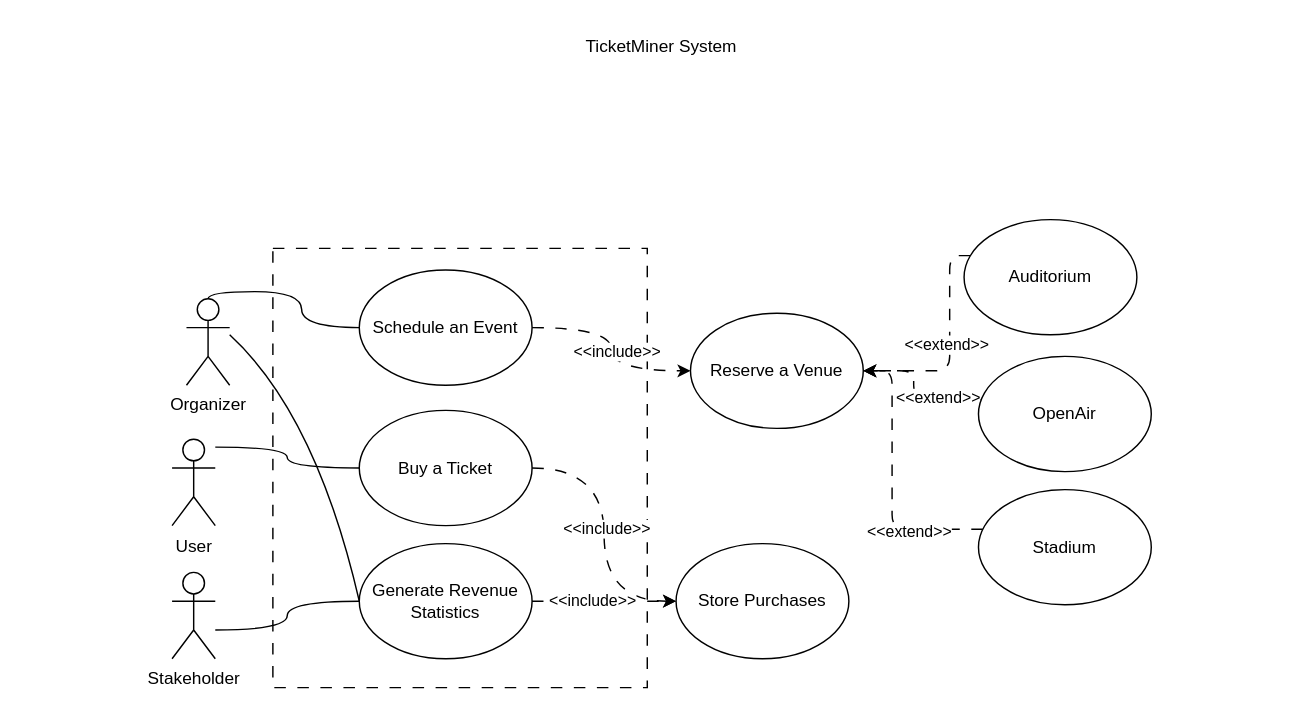
Before: TicketMiner Use Case Diagram.drawio in LeonardoHernandez-uni/Project1_SP26, a draw.io diagram. Source tidied: cells renumbered, new cells numbered last; positions are measured from the earlier drawing's top-left corner, leaving out a move shared by most shapes. Both pictures are drawn from the tidied source at 144%, with x=0, y=0 at pixel (171, 24).
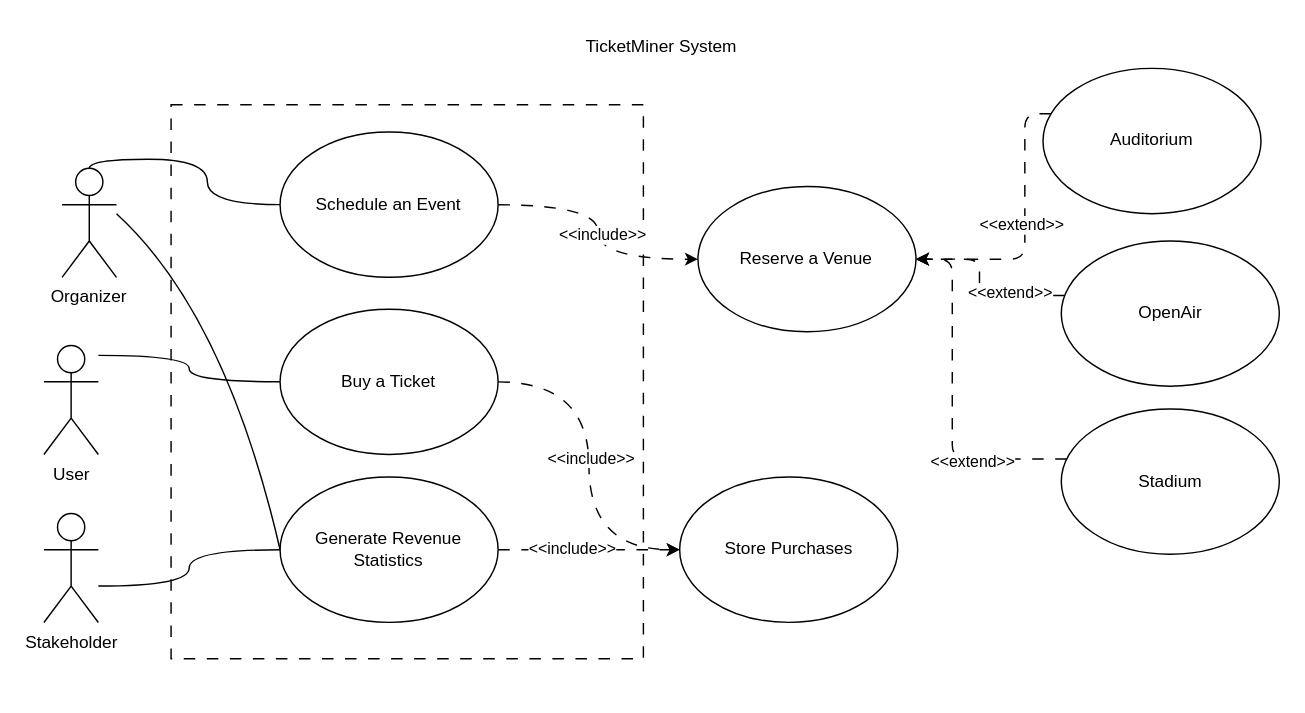
The same page after the edit.

Commit message:
Changed paper size, adjusted diagram to fit

What changed in the source:
```diff
@@
+    <mxCell id="19" value="TicketMiner System" style="text;html=1;whiteSpace=wrap;strokeColor=none;fillColor=none;align=center;verticalAlign=middle;rounded=0;" parent="1" vertex="1">
+      <mxGeometry x="280" width="120" height="30" as="geometry" />
+    </mxCell>
+    <mxCell id="32" style="group;" parent="1" vertex="1">
+      <mxGeometry x="-89" y="30" width="857.9" height="410" as="geometry" />
+    </mxCell>
-    <mxCell id="2" style="edgeStyle=orthogonalEdgeStyle;rounded=0;jettySize=auto;html=1;entryX=0;entryY=0.5;entryDx=0;entryDy=0;endArrow=none;endFill=0;curved=1;" parent="1" edge="1" source="3" target="15">
+    <mxCell id="2" style="edgeStyle=orthogonalEdgeStyle;rounded=0;jettySize=auto;html=1;entryX=0;entryY=0.5;entryDx=0;entryDy=0;endArrow=none;endFill=0;curved=1;" parent="32" edge="1" source="3" target="15">
       <mxGeometry relative="1" as="geometry">
         <Array as="points">
-          <mxPoint x="80" y="293" />
-          <mxPoint x="80" y="307" />
+          <mxPoint x="100.9" y="199.3" />
+          <mxPoint x="100.9" y="217" />
         </Array>
       </mxGeometry>
     </mxCell>
-    <mxCell id="3" value="User" style="shape=umlActor;verticalLabelPosition=bottom;verticalAlign=top;html=1;" parent="1" vertex="1">
-      <mxGeometry y="287.5" width="30" height="60" as="geometry" />
+    <mxCell id="3" value="User" style="shape=umlActor;verticalLabelPosition=bottom;verticalAlign=top;html=1;" parent="32" vertex="1">
+      <mxGeometry y="192.4" width="37.8" height="75.7" as="geometry" />
     </mxCell>
-    <mxCell id="4" style="edgeStyle=orthogonalEdgeStyle;rounded=0;jettySize=auto;html=1;endArrow=none;endFill=0;curved=1;" parent="1" edge="1" source="6" target="12">
+    <mxCell id="4" style="edgeStyle=orthogonalEdgeStyle;rounded=0;jettySize=auto;html=1;endArrow=none;endFill=0;curved=1;" parent="32" edge="1" source="6" target="12">
       <mxGeometry relative="1" as="geometry">
         <Array as="points">
-          <mxPoint x="90" y="185" />
-          <mxPoint x="90" y="210" />
+          <mxPoint x="113.5" y="63.1" />
+          <mxPoint x="113.5" y="94.6" />
         </Array>
       </mxGeometry>
     </mxCell>
-    <mxCell id="5" style="edgeStyle=none;curved=1;rounded=0;jettySize=auto;html=1;entryX=0;entryY=0.5;entryDx=0;entryDy=0;fontSize=12;startSize=8;endSize=8;endArrow=none;endFill=0;exitX=1;exitY=0.417;exitDx=0;exitDy=0;exitPerimeter=0;" parent="1" edge="1" source="6" target="18">
+    <mxCell id="5" style="edgeStyle=none;curved=1;rounded=0;jettySize=auto;html=1;entryX=0;entryY=0.5;entryDx=0;entryDy=0;fontSize=12;startSize=8;endSize=8;endArrow=none;endFill=0;exitX=1;exitY=0.417;exitDx=0;exitDy=0;exitPerimeter=0;" parent="32" edge="1" source="6" target="18">
       <mxGeometry relative="1" as="geometry">
         <Array as="points">
-          <mxPoint x="100" y="270" />
+          <mxPoint x="126.2" y="170.3" />
         </Array>
       </mxGeometry>
     </mxCell>
-    <mxCell id="6" value="Organizer" style="shape=umlActor;verticalLabelPosition=bottom;verticalAlign=top;html=1;" parent="1" vertex="1">
-      <mxGeometry x="10" y="190" width="30" height="60" as="geometry" />
+    <mxCell id="6" value="Organizer" style="shape=umlActor;verticalLabelPosition=bottom;verticalAlign=top;html=1;" parent="32" vertex="1">
+      <mxGeometry x="12.6" y="69.4" width="37.8" height="75.7" as="geometry" />
     </mxCell>
-    <mxCell id="7" style="rounded=0;whiteSpace=wrap;html=1;fillColor=none;dashed=1;dashPattern=8 8;" parent="1" vertex="1">
-      <mxGeometry x="70" y="155" width="260" height="305" as="geometry" />
+    <mxCell id="7" style="rounded=0;whiteSpace=wrap;html=1;fillColor=none;dashed=1;dashPattern=8 8;" parent="32" vertex="1">
+      <mxGeometry x="88.3" y="25.2" width="328" height="384.8" as="geometry" />
     </mxCell>
-    <mxCell id="8" style="edgeStyle=orthogonalEdgeStyle;rounded=0;jettySize=auto;html=1;endArrow=none;endFill=0;curved=1;" parent="1" edge="1" source="9" target="18">
+    <mxCell id="8" style="edgeStyle=orthogonalEdgeStyle;rounded=0;jettySize=auto;html=1;endArrow=none;endFill=0;curved=1;" parent="32" edge="1" source="9" target="18">
       <mxGeometry relative="1" as="geometry">
         <Array as="points">
-          <mxPoint x="80" y="420" />
-          <mxPoint x="80" y="400" />
+          <mxPoint x="100.9" y="359.5" />
+          <mxPoint x="100.9" y="334.3" />
         </Array>
       </mxGeometry>
     </mxCell>
-    <mxCell id="9" value="Stakeholder" style="shape=umlActor;verticalLabelPosition=bottom;verticalAlign=top;html=1;outlineConnect=0;" parent="1" vertex="1">
-      <mxGeometry y="380" width="30" height="60" as="geometry" />
+    <mxCell id="9" value="Stakeholder" style="shape=umlActor;verticalLabelPosition=bottom;verticalAlign=top;html=1;outlineConnect=0;" parent="32" vertex="1">
+      <mxGeometry y="309.1" width="37.8" height="75.7" as="geometry" />
     </mxCell>
-    <mxCell id="10" style="edgeStyle=orthogonalEdgeStyle;rounded=0;jettySize=auto;html=1;curved=1;dashed=1;dashPattern=8 8;" parent="1" edge="1" source="12" target="31">
+    <mxCell id="10" style="edgeStyle=orthogonalEdgeStyle;rounded=0;jettySize=auto;html=1;curved=1;dashed=1;dashPattern=8 8;" parent="32" edge="1" source="12" target="31">
       <mxGeometry relative="1" as="geometry" />
     </mxCell>
@@
-    <mxCell id="12" value="Schedule an Event" style="ellipse;whiteSpace=wrap;html=1;fillColor=none;" parent="1" vertex="1">
-      <mxGeometry x="130" y="170" width="120" height="80" as="geometry" />
+    <mxCell id="12" value="Schedule an Event" style="ellipse;whiteSpace=wrap;html=1;fillColor=none;" parent="32" vertex="1">
+      <mxGeometry x="164" y="44.2" width="151.4" height="100.9" as="geometry" />
     </mxCell>
-    <mxCell id="13" style="edgeStyle=orthogonalEdgeStyle;rounded=0;jettySize=auto;html=1;entryX=0;entryY=0.5;entryDx=0;entryDy=0;dashed=1;dashPattern=8 8;curved=1;" parent="1" edge="1" source="15" target="26">
+    <mxCell id="13" style="edgeStyle=orthogonalEdgeStyle;rounded=0;jettySize=auto;html=1;entryX=0;entryY=0.5;entryDx=0;entryDy=0;dashed=1;dashPattern=8 8;curved=1;" parent="32" edge="1" source="15" target="26">
       <mxGeometry relative="1" as="geometry" />
     </mxCell>
@@
-    <mxCell id="15" value="Buy a Ticket" style="ellipse;whiteSpace=wrap;html=1;fillColor=none;" parent="1" vertex="1">
-      <mxGeometry x="130" y="267.5" width="120" height="80" as="geometry" />
+    <mxCell id="15" value="Buy a Ticket" style="ellipse;whiteSpace=wrap;html=1;fillColor=none;" parent="32" vertex="1">
+      <mxGeometry x="164" y="167.2" width="151.4" height="100.9" as="geometry" />
     </mxCell>
-    <mxCell id="16" style="edgeStyle=orthogonalEdgeStyle;rounded=0;jettySize=auto;html=1;entryX=0;entryY=0.5;entryDx=0;entryDy=0;curved=1;dashed=1;dashPattern=8 8;" parent="1" edge="1" source="18" target="26">
+    <mxCell id="16" style="edgeStyle=orthogonalEdgeStyle;rounded=0;jettySize=auto;html=1;entryX=0;entryY=0.5;entryDx=0;entryDy=0;curved=1;dashed=1;dashPattern=8 8;" parent="32" edge="1" source="18" target="26">
       <mxGeometry relative="1" as="geometry" />
     </mxCell>
@@
-    <mxCell id="18" value="Generate Revenue Statistics" style="ellipse;whiteSpace=wrap;html=1;fillColor=none;" parent="1" vertex="1">
-      <mxGeometry x="130" y="360" width="120" height="80" as="geometry" />
+    <mxCell id="18" value="Generate Revenue Statistics" style="ellipse;whiteSpace=wrap;html=1;fillColor=none;" parent="32" vertex="1">
+      <mxGeometry x="164" y="283.8" width="151.4" height="100.9" as="geometry" />
     </mxCell>
-    <mxCell id="19" value="TicketMiner System" style="text;html=1;whiteSpace=wrap;strokeColor=none;fillColor=none;align=center;verticalAlign=middle;rounded=0;" parent="1" vertex="1">
-      <mxGeometry x="280" width="120" height="30" as="geometry" />
-    </mxCell>
-    <mxCell id="20" style="edgeStyle=orthogonalEdgeStyle;rounded=1;jettySize=auto;html=1;entryX=1;entryY=0.5;entryDx=0;entryDy=0;dashed=1;dashPattern=8 8;curved=0;" parent="1" edge="1" source="22" target="31">
+    <mxCell id="20" style="edgeStyle=orthogonalEdgeStyle;rounded=1;jettySize=auto;html=1;entryX=1;entryY=0.5;entryDx=0;entryDy=0;dashed=1;dashPattern=8 8;curved=0;" parent="32" edge="1" source="22" target="31">
       <mxGeometry relative="1" as="geometry">
         <Array as="points">
-          <mxPoint x="540" y="160" />
-          <mxPoint x="540" y="240" />
+          <mxPoint x="681.2" y="31.5" />
+          <mxPoint x="681.2" y="132.5" />
         </Array>
       </mxGeometry>
     </mxCell>
@@
-    <mxCell id="22" value="Auditorium" style="ellipse;whiteSpace=wrap;html=1;fillColor=none;" parent="1" vertex="1">
-      <mxGeometry x="550" y="135" width="120" height="80" as="geometry" />
+    <mxCell id="22" value="Auditorium" style="ellipse;whiteSpace=wrap;html=1;fillColor=none;" parent="32" vertex="1">
+      <mxGeometry x="693.8" width="151.4" height="100.9" as="geometry" />
     </mxCell>
-    <mxCell id="23" style="edgeStyle=orthogonalEdgeStyle;rounded=1;jettySize=auto;html=1;dashed=1;dashPattern=8 8;curved=0;" parent="1" edge="1" source="25">
+    <mxCell id="23" style="edgeStyle=orthogonalEdgeStyle;rounded=1;jettySize=auto;html=1;dashed=1;dashPattern=8 8;curved=0;" parent="32" edge="1" source="25">
       <mxGeometry relative="1" as="geometry">
-        <mxPoint x="480" y="240" as="targetPoint" />
+        <mxPoint x="605.5" y="132.5" as="targetPoint" />
         <Array as="points">
-          <mxPoint x="515" y="260" />
-          <mxPoint x="515" y="240" />
+          <mxPoint x="649.7" y="157.7" />
+          <mxPoint x="649.7" y="132.5" />
         </Array>
       </mxGeometry>
     </mxCell>
@@
-    <mxCell id="25" value="OpenAir" style="ellipse;whiteSpace=wrap;html=1;fillColor=none;" parent="1" vertex="1">
-      <mxGeometry x="560" y="230" width="120" height="80" as="geometry" />
+    <mxCell id="25" value="OpenAir" style="ellipse;whiteSpace=wrap;html=1;fillColor=none;" parent="32" vertex="1">
+      <mxGeometry x="706.5" y="119.8" width="151.4" height="100.9" as="geometry" />
     </mxCell>
-    <mxCell id="26" value="Store Purchases" style="ellipse;whiteSpace=wrap;html=1;fillColor=none;" parent="1" vertex="1">
-      <mxGeometry x="350" y="360" width="120" height="80" as="geometry" />
+    <mxCell id="26" value="Store Purchases" style="ellipse;whiteSpace=wrap;html=1;fillColor=none;" parent="32" vertex="1">
+      <mxGeometry x="441.5" y="283.8" width="151.4" height="100.9" as="geometry" />
     </mxCell>
-    <mxCell id="27" style="edgeStyle=orthogonalEdgeStyle;rounded=1;jettySize=auto;html=1;entryX=1;entryY=0.5;entryDx=0;entryDy=0;dashed=1;dashPattern=8 8;curved=0;" parent="1" edge="1" source="29" target="31">
+    <mxCell id="27" style="edgeStyle=orthogonalEdgeStyle;rounded=1;jettySize=auto;html=1;entryX=1;entryY=0.5;entryDx=0;entryDy=0;dashed=1;dashPattern=8 8;curved=0;" parent="32" edge="1" source="29" target="31">
       <mxGeometry relative="1" as="geometry">
         <Array as="points">
-          <mxPoint x="500" y="350" />
-          <mxPoint x="500" y="240" />
+          <mxPoint x="630.8" y="271.2" />
+          <mxPoint x="630.8" y="132.5" />
         </Array>
       </mxGeometry>
     </mxCell>
@@
-    <mxCell id="29" value="Stadium" style="ellipse;whiteSpace=wrap;html=1;fillColor=none;" parent="1" vertex="1">
-      <mxGeometry x="560" y="322.5" width="120" height="80" as="geometry" />
+    <mxCell id="29" value="Stadium" style="ellipse;whiteSpace=wrap;html=1;fillColor=none;" parent="32" vertex="1">
+      <mxGeometry x="706.5" y="236.5" width="151.4" height="100.9" as="geometry" />
     </mxCell>
-    <mxCell id="30" style="group;" parent="1" vertex="1">
-      <mxGeometry x="360" y="200" width="120" height="80" as="geometry" />
+    <mxCell id="30" style="group;" parent="32" vertex="1">
+      <mxGeometry x="454.2" y="82" width="151.4" height="100.9" as="geometry" />
     </mxCell>
     <mxCell id="31" value="&lt;div&gt;Reserve a Venue&lt;/div&gt;" style="ellipse;whiteSpace=wrap;html=1;fillColor=none;" parent="30" vertex="1">
-      <mxGeometry width="120" height="80" as="geometry" />
+      <mxGeometry width="151.4" height="100.9" as="geometry" />
     </mxCell>
```
